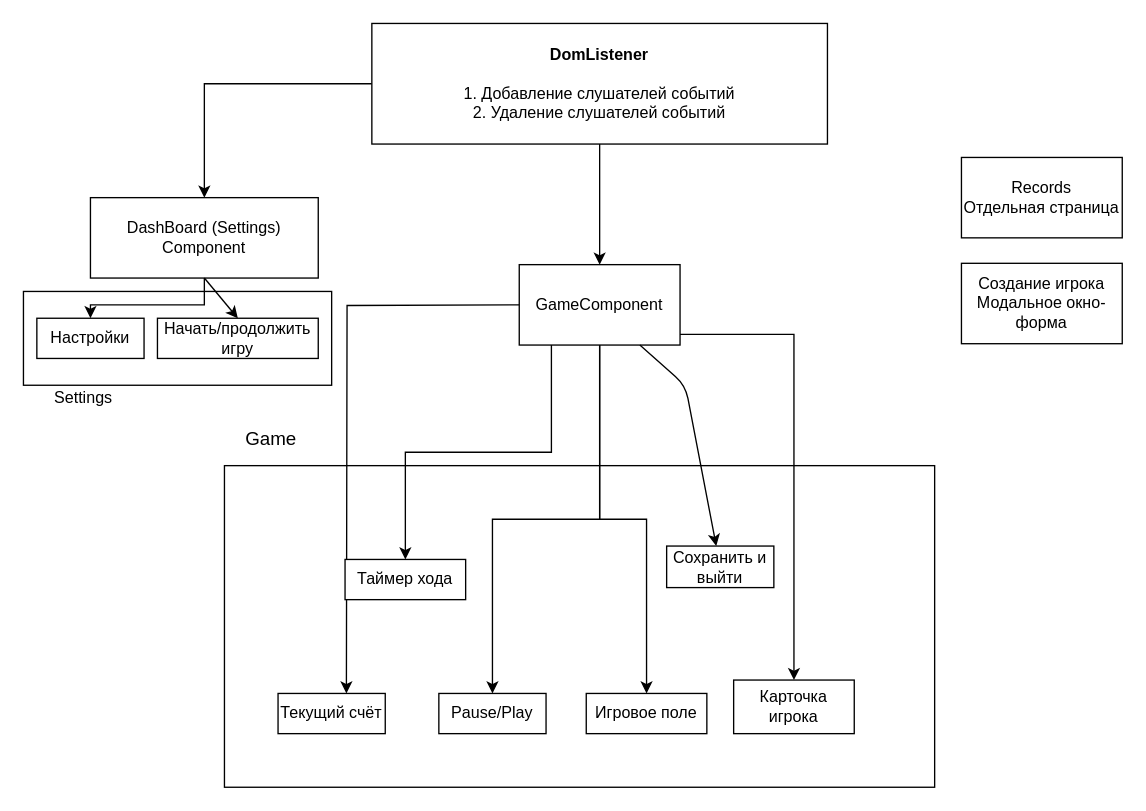
Above: page "Структура классов" (7 of 9) of TictacToe.drawio in OlegRnd/tic-tac-toe (draw.io), before the change. Source tidied: cells renumbered, new cells numbered last; positions are measured from the earlier drawing's top-left corner, leaving out a move shared by most shapes. Both pictures are drawn from the tidied source at 134%, with x=0, y=0 at pixel (23, 23).
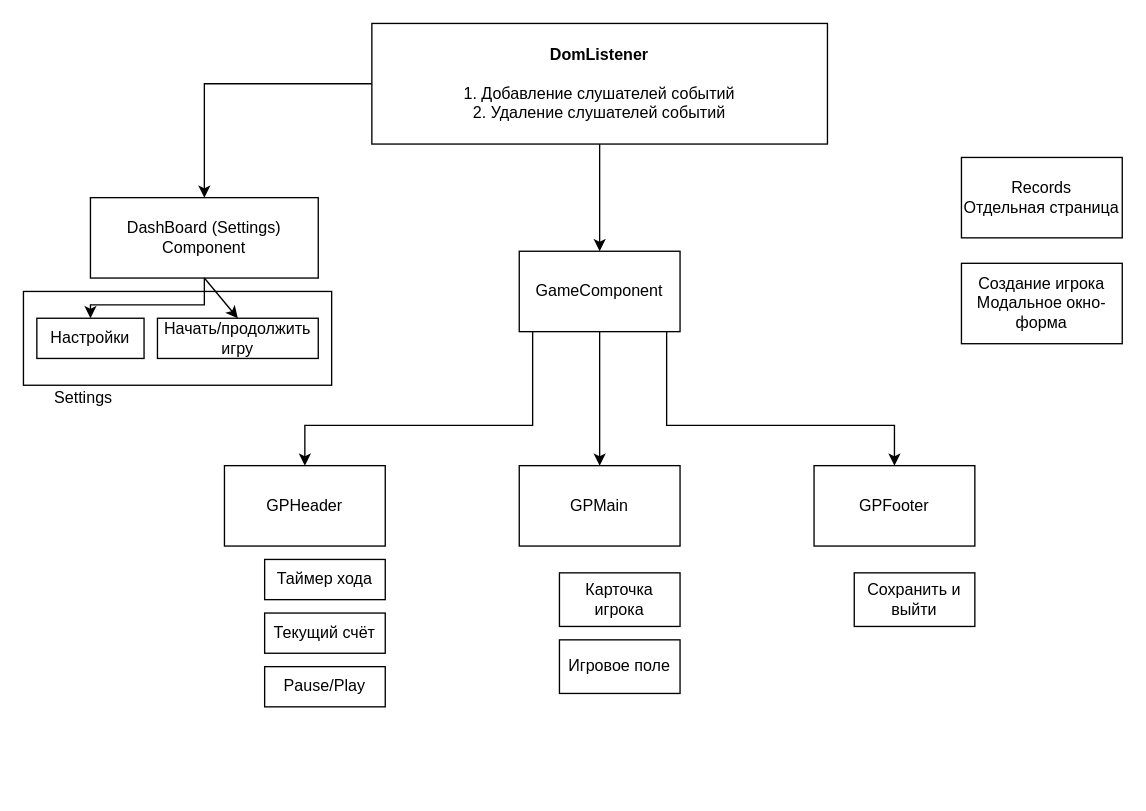
The same diagram, later.

Diff of the diagram source:
```diff
@@
-    <mxCell id="7" style="edgeStyle=orthogonalEdgeStyle;rounded=0;jettySize=auto;html=1;exitX=0.2;exitY=0.983;exitDx=0;exitDy=0;exitPerimeter=0;" parent="1" edge="1" source="12" target="15">
-      <mxGeometry relative="1" as="geometry" />
-    </mxCell>
-    <mxCell id="8" style="edgeStyle=orthogonalEdgeStyle;rounded=0;orthogonalLoop=1;jettySize=auto;html=1;" parent="1" edge="1">
-      <mxGeometry relative="1" as="geometry">
-        <mxPoint x="381" y="210" as="sourcePoint" />
-        <mxPoint x="241" y="500" as="targetPoint" />
-      </mxGeometry>
-    </mxCell>
-    <mxCell id="9" style="edgeStyle=orthogonalEdgeStyle;rounded=0;jettySize=auto;html=1;" parent="1" edge="1" source="12" target="17">
-      <mxGeometry relative="1" as="geometry" />
-    </mxCell>
-    <mxCell id="10" style="edgeStyle=orthogonalEdgeStyle;rounded=0;jettySize=auto;html=1;" parent="1" edge="1" source="12" target="18">
-      <mxGeometry relative="1" as="geometry" />
-    </mxCell>
-    <mxCell id="11" style="edgeStyle=orthogonalEdgeStyle;rounded=0;jettySize=auto;html=1;exitX=0.992;exitY=0.867;exitDx=0;exitDy=0;exitPerimeter=0;" parent="1" edge="1" source="12" target="19">
-      <mxGeometry relative="1" as="geometry" />
-    </mxCell>
+    <mxCell id="29" style="edgeStyle=orthogonalEdgeStyle;rounded=0;jettySize=auto;html=1;" parent="1" edge="1" source="12" target="32">
+      <mxGeometry relative="1" as="geometry">
+        <Array as="points">
+          <mxPoint x="380" y="300" />
+          <mxPoint x="210" y="300" />
+        </Array>
+      </mxGeometry>
+    </mxCell>
+    <mxCell id="30" style="edgeStyle=orthogonalEdgeStyle;rounded=0;jettySize=auto;html=1;" parent="1" edge="1" source="12" target="33">
+      <mxGeometry relative="1" as="geometry" />
+    </mxCell>
+    <mxCell id="31" style="edgeStyle=orthogonalEdgeStyle;rounded=0;jettySize=auto;html=1;" parent="1" edge="1" source="12" target="34">
+      <mxGeometry relative="1" as="geometry">
+        <Array as="points">
+          <mxPoint x="480" y="300" />
+          <mxPoint x="650" y="300" />
+        </Array>
+      </mxGeometry>
+    </mxCell>
     <mxCell id="12" value="GameComponent" style="whiteSpace=wrap;html=1;rounded=0;" parent="1" vertex="1">
-      <mxGeometry x="370" y="180" width="120" height="60" as="geometry" />
+      <mxGeometry x="370" y="170" width="120" height="60" as="geometry" />
     </mxCell>
@@
     <mxCell id="15" value="Таймер хода" style="whiteSpace=wrap;html=1;rounded=0;" parent="1" vertex="1">
-      <mxGeometry x="240" y="400" width="90" height="30" as="geometry" />
+      <mxGeometry x="180" y="400" width="90" height="30" as="geometry" />
     </mxCell>
     <mxCell id="16" value="Текущий счёт" style="whiteSpace=wrap;html=1;rounded=0;" parent="1" vertex="1">
-      <mxGeometry x="190" y="500" width="80" height="30" as="geometry" />
+      <mxGeometry x="180" y="440" width="90" height="30" as="geometry" />
     </mxCell>
     <mxCell id="17" value="Pause/Play" style="whiteSpace=wrap;html=1;rounded=0;" parent="1" vertex="1">
-      <mxGeometry x="310" y="500" width="80" height="30" as="geometry" />
+      <mxGeometry x="180" y="480" width="90" height="30" as="geometry" />
     </mxCell>
     <mxCell id="18" value="Игровое поле" style="whiteSpace=wrap;html=1;rounded=0;" parent="1" vertex="1">
-      <mxGeometry x="420" y="500" width="90" height="30" as="geometry" />
+      <mxGeometry x="400" y="460" width="90" height="40" as="geometry" />
     </mxCell>
     <mxCell id="19" value="Карточка игрока" style="whiteSpace=wrap;html=1;rounded=0;" parent="1" vertex="1">
-      <mxGeometry x="530" y="490" width="90" height="40" as="geometry" />
+      <mxGeometry x="400" y="410" width="90" height="40" as="geometry" />
     </mxCell>
-    <mxCell id="20" style="endArrow=classic;html=1;exitX=0.75;exitY=1;exitDx=0;exitDy=0;" parent="1" edge="1" source="12" target="21">
-      <mxGeometry relative="1" as="geometry">
-        <Array as="points">
-          <mxPoint x="494" y="270" />
-        </Array>
-      </mxGeometry>
-    </mxCell>
     <mxCell id="21" value="Сохранить и выйти" style="rounded=0;whiteSpace=wrap;html=1;" parent="1" vertex="1">
-      <mxGeometry x="480" y="390" width="80" height="31" as="geometry" />
+      <mxGeometry x="620" y="410" width="90" height="40" as="geometry" />
     </mxCell>
-    <mxCell id="22" style="rounded=0;whiteSpace=wrap;html=1;fillColor=none;" parent="1" vertex="1">
-      <mxGeometry x="150" y="330" width="530" height="240" as="geometry" />
-    </mxCell>
-    <mxCell id="23" value="&lt;font style=&quot;font-size: 14px&quot;&gt;Game&lt;/font&gt;" style="text;html=1;strokeColor=none;fillColor=none;align=center;verticalAlign=middle;whiteSpace=wrap;rounded=0;" parent="1" vertex="1">
-      <mxGeometry x="150" y="290" width="70" height="40" as="geometry" />
-    </mxCell>
@@
+    <mxCell id="32" value="GPHeader" style="whiteSpace=wrap;html=1;rounded=0;" parent="1" vertex="1">
+      <mxGeometry x="150" y="330" width="120" height="60" as="geometry" />
+    </mxCell>
+    <mxCell id="33" value="GPMain" style="whiteSpace=wrap;html=1;rounded=0;" parent="1" vertex="1">
+      <mxGeometry x="370" y="330" width="120" height="60" as="geometry" />
+    </mxCell>
+    <mxCell id="34" value="GPFooter" style="whiteSpace=wrap;html=1;rounded=0;" parent="1" vertex="1">
+      <mxGeometry x="590" y="330" width="120" height="60" as="geometry" />
+    </mxCell>
```
